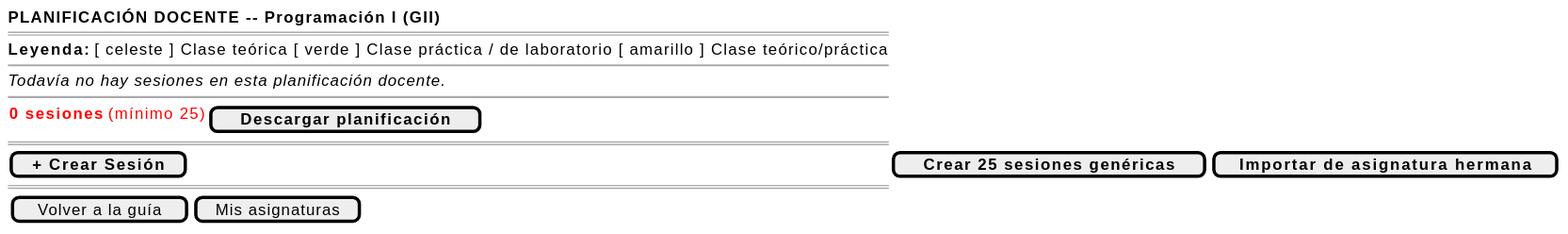
The PlantUML diagram images/RUP/01-requisitos/03-detalle-casos-uso/abrirPlanificacionDocente/wireframe-vacia.svg in mmasias/pyCeldaPublico, before a commit.
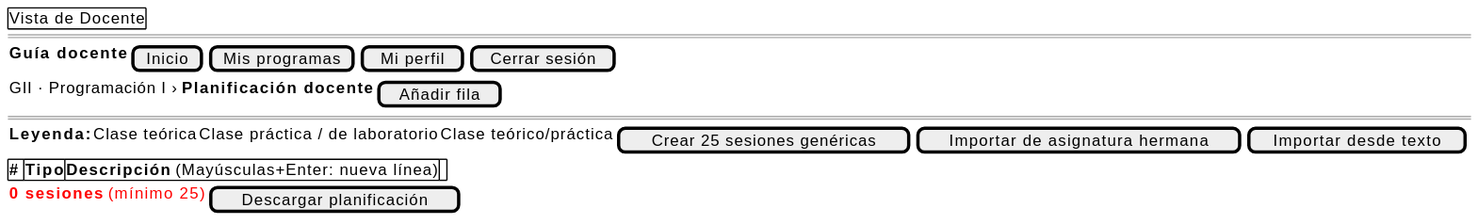
After the commit.

Diff of the diagram source:
```diff
@@ -1,15 +1,14 @@
 @startsalt abrirPlanificacionDocente-wireframe-vacia
 {
-    <b>PLANIFICACIÓN DOCENTE -- Programación I (GII)</b>
+    {+ Vista de Docente }
     ====
-    <b>Leyenda:</b> [ celeste ] Clase teórica   [ verde ] Clase práctica / de laboratorio   [ amarillo ] Clase teórico/práctica
-    ~~
-    <i>Todavía no hay sesiones en esta planificación docente.</i>
-    ~~
-    {<color:red><b>0 sesiones</b> (mínimo 25)</color> | [ <b>Descargar planificación</b> ]}
+    {<b>Guía docente</b> | [Inicio] | [Mis programas] | [Mi perfil] | [Cerrar sesión]}
+    {GII · Programación I › <b>Planificación docente</b> | [Añadir fila]}
     ====
-    [ <b>+ Crear Sesión</b> ] | [ <b>Crear 25 sesiones genéricas</b> ] | [ <b>Importar de asignatura hermana</b> ]
-    ====
-    {[Volver a la guía] | [Mis asignaturas]}
+    {<b>Leyenda:</b> | Clase teórica | Clase práctica / de laboratorio | Clase teórico/práctica | [Crear 25 sesiones genéricas] | [Importar de asignatura hermana] | [Importar desde texto]}
+    {#
+        <b>#</b> | <b>Tipo</b> | <b>Descripción</b> (Mayúsculas+Enter: nueva línea) | .
+    }
+    {<color:red><b>0 sesiones</b> (mínimo 25)</color> | [Descargar planificación]}
 }
 @endsalt
```
